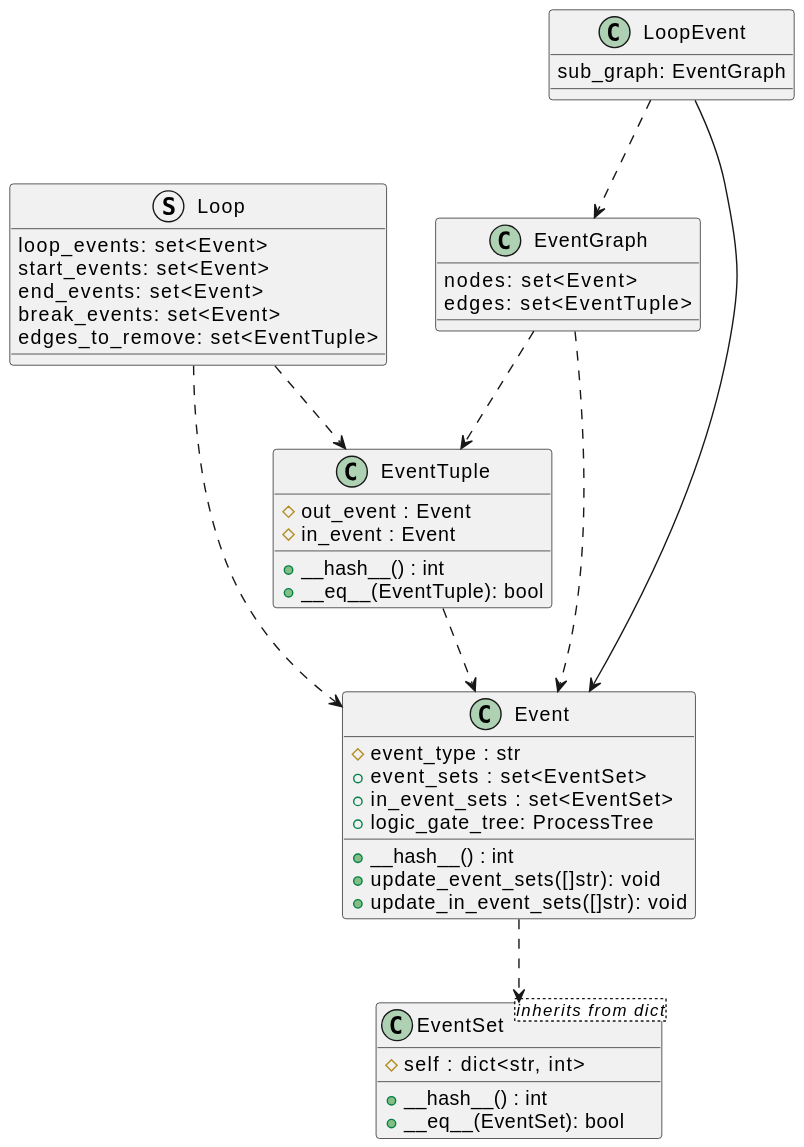
Earlier version of the PlantUML export docs/development/design/1-DN-SCC_loop_detection/class_diagrams.svg (xtuml/otel2puml). Source of this version:
```plantuml
@startuml
class Event {
    #event_type : str
    +event_sets : set<EventSet>
    +in_event_sets : set<EventSet>
    +logic_gate_tree: ProcessTree
    +__hash__() : int
    +update_event_sets([]str): void
    +update_in_event_sets([]str): void
}

struct Loop {
    loop_events: set<Event>
    start_events: set<Event>
    end_events: set<Event>
    break_events: set<Event>
    edges_to_remove: set<EventTuple>
}

class LoopEvent {
    sub_graph: EventGraph
}

class EventTuple {
    #out_event : Event
    #in_event : Event
    +__hash__() : int
    +__eq__(EventTuple): bool
}


class EventSet <inherits from dict> {
    #self : dict<str, int>
    +__hash__() : int
    +__eq__(EventSet): bool
}

class EventGraph {
    nodes: set<Event>
    edges: set<EventTuple>
}


Event ..> EventSet
EventGraph ..> Event
EventGraph ..> EventTuple
EventTuple ..> Event
LoopEvent --> Event
Loop ..> EventTuple
Loop ..> Event
LoopEvent ..> EventGraph
@enduml
```
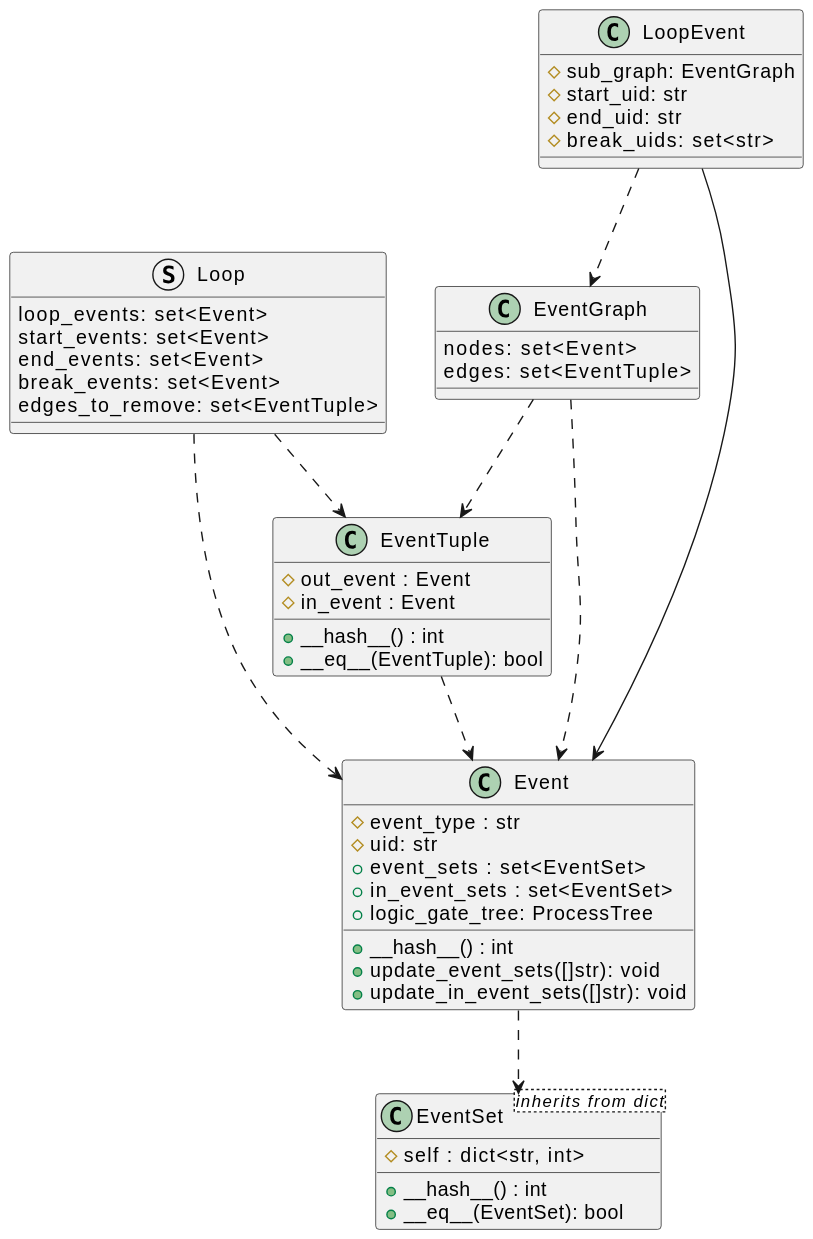
After the commit.

Commit message:
Cdstp 100 update loop event and sub graph node types with extra attributes (#86)

The edit, as a diff of the source:
```diff
@@ -1,6 +1,7 @@
 @startuml
 class Event {
     #event_type : str
+    #uid: str
     +event_sets : set<EventSet>
     +in_event_sets : set<EventSet>
     +logic_gate_tree: ProcessTree
@@ -18,7 +19,10 @@
 }
 
 class LoopEvent {
-    sub_graph: EventGraph
+    #sub_graph: EventGraph
+    #start_uid: str
+    #end_uid: str
+    #break_uids: set<str>
 }
 
 class EventTuple {
```
